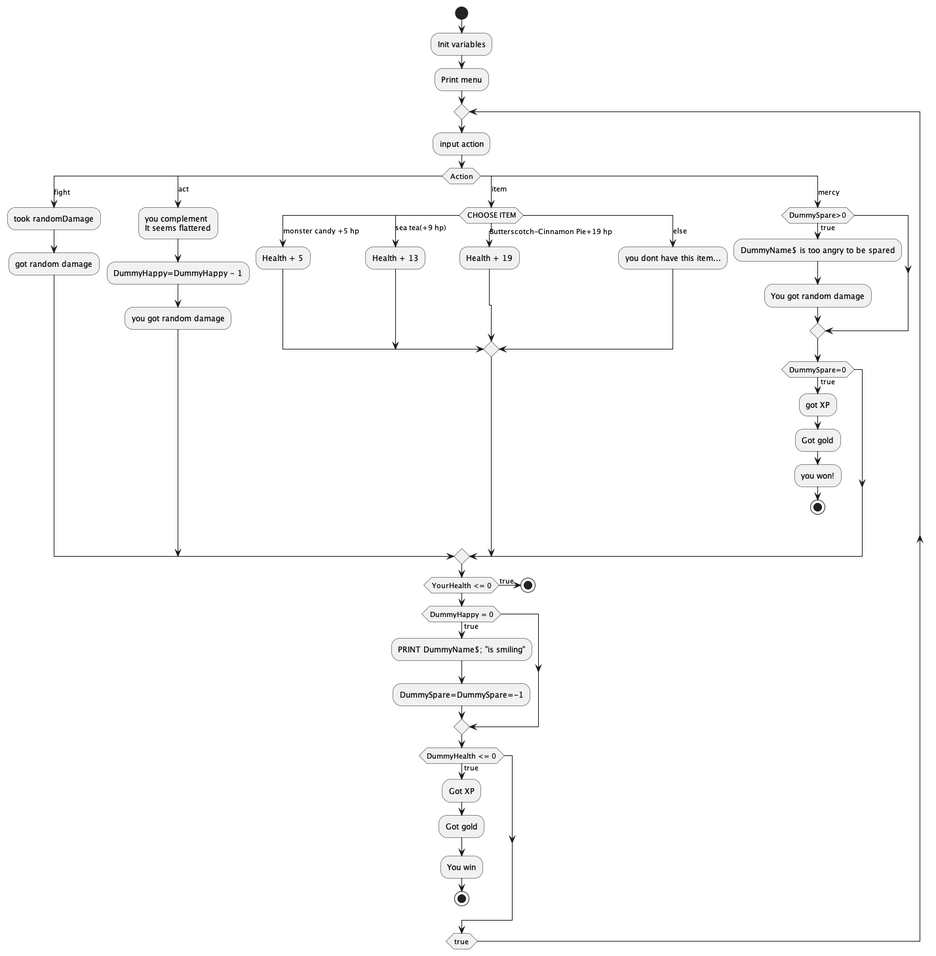
Earlier version of the PlantUML export ProgramStructure.png (DanilKorotenko/AntonGame3).
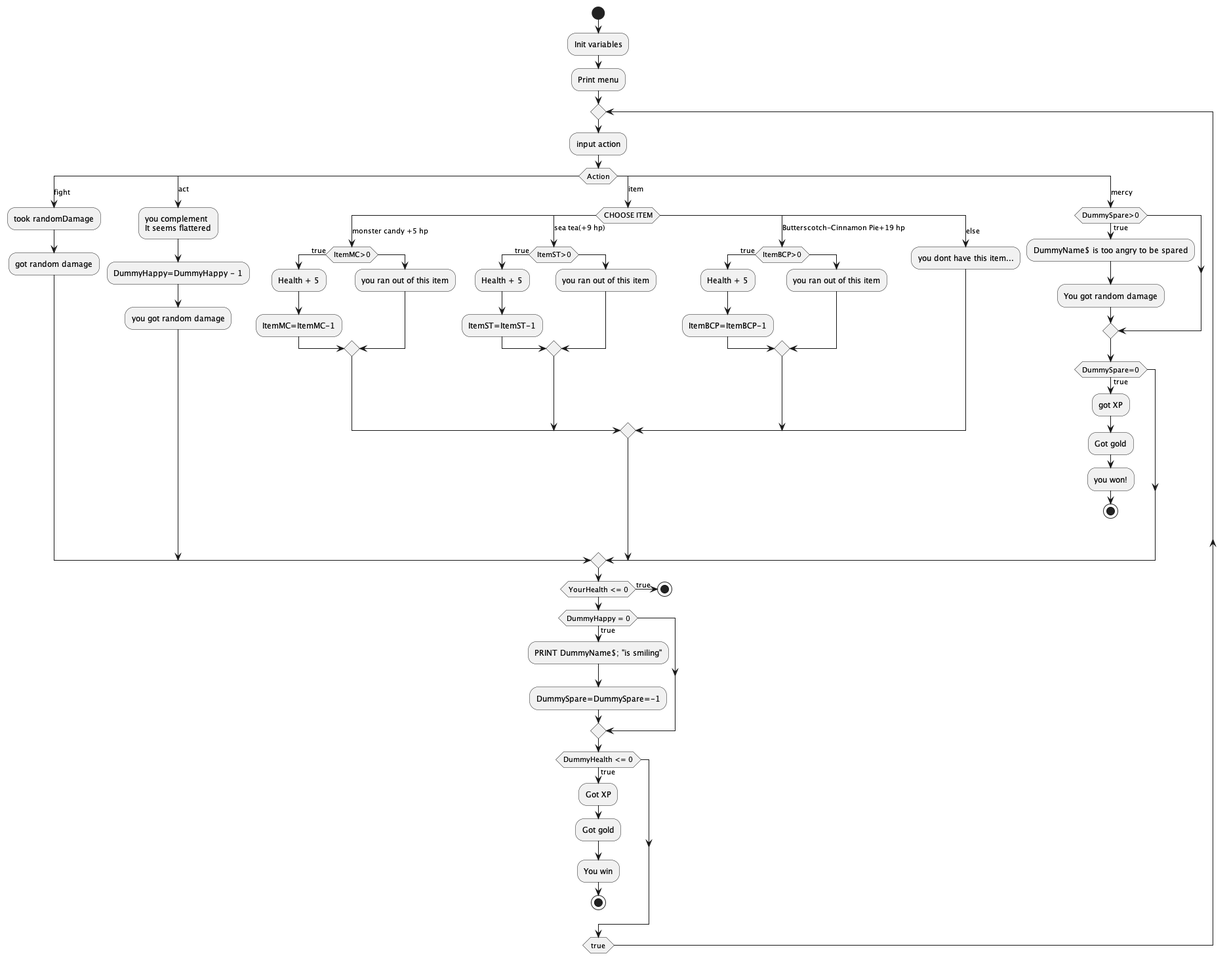
After the change.

The edit, as a diff of the source:
```diff
@@ -23,11 +23,28 @@
 
     switch(CHOOSE ITEM)
         case (monster candy +5 hp)
-            :Health + 5;
+            if (ItemMC>0) THEN (true)
+                :Health + 5;
+                :ItemMC=ItemMC-1;
+            ELSE
+                :you ran out of this item;
+            endif
+
         case (sea tea(+9 hp))
-            :Health + 13;
+            if (ItemST>0) THEN (true)
+                :Health + 5;
+                :ItemST=ItemST-1;
+            ELSE
+                :you ran out of this item;
+            endif
+
         case (Butterscotch-Cinnamon Pie+19 hp)
-            :Health + 19;
+            if (ItemBCP>0) THEN (true)
+                :Health + 5;
+                :ItemBCP=ItemBCP-1;
+            ELSE
+                :you ran out of this item;
+            endif
         case (else)
             :you dont have this item...;
     endswitch
```
